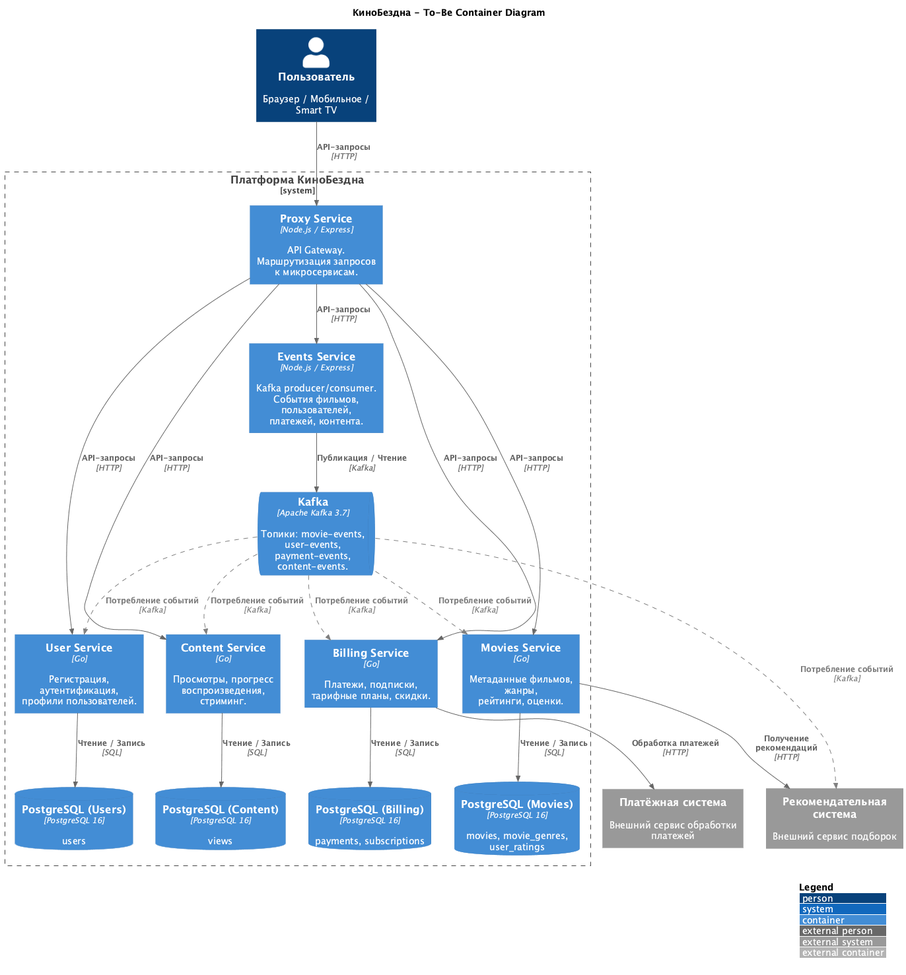
SiritosKon/architecture-cinemaabyss keeps this PlantUML diagram as docs/c4-container-diagram.png. Above is the earlier version.
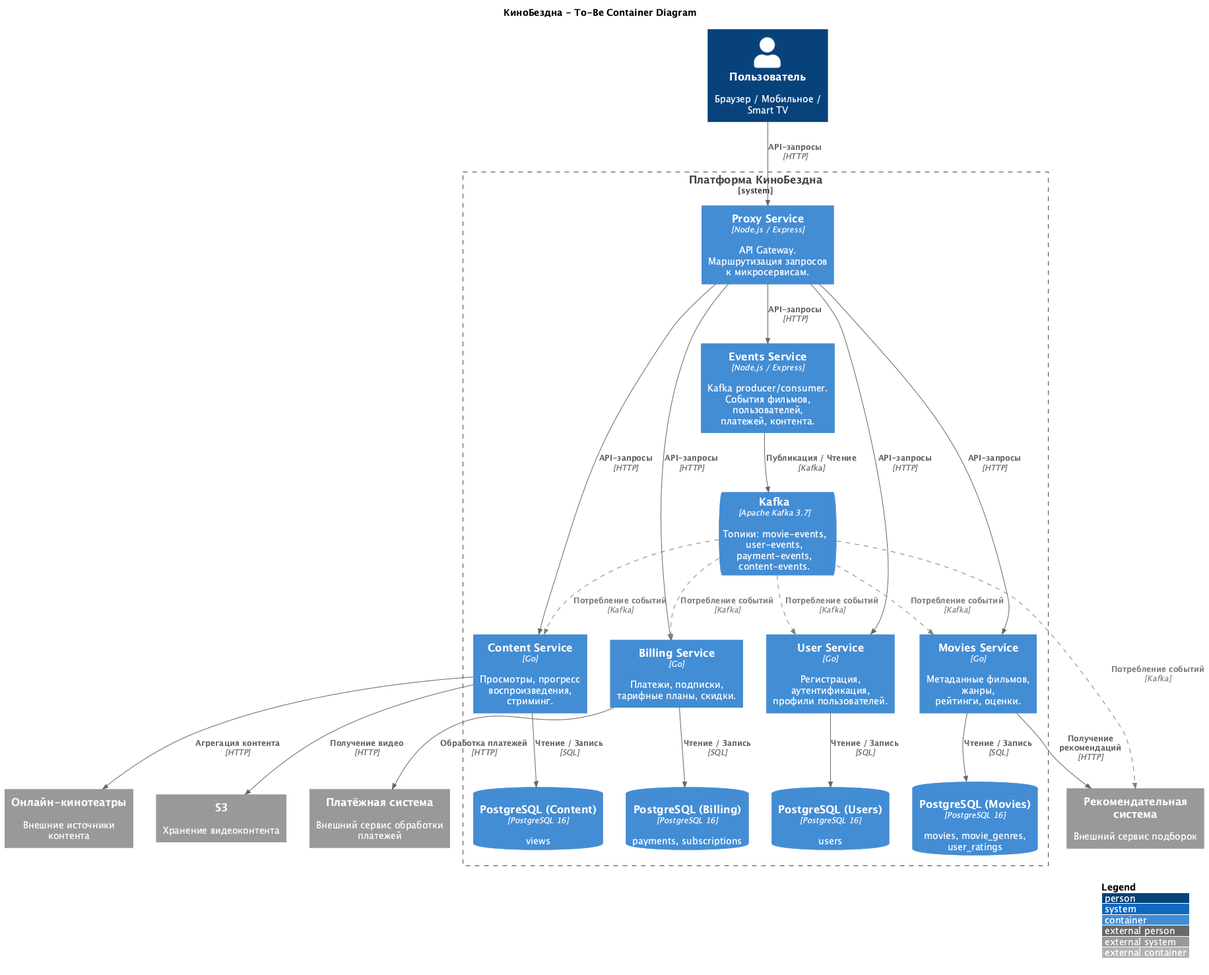
Above is the later version.

Commit message:
fix: restore S3 and online cinemas on diagram

Change to the diagram source:
```diff
@@ -12,6 +12,8 @@
 
 System_Ext(payment, "Платёжная система", "Внешний сервис обработки платежей")
 System_Ext(recsys, "Рекомендательная система", "Внешний сервис подборок")
+System_Ext(cinemas, "Онлайн-кинотеатры", "Внешние источники контента")
+System_Ext(s3, "S3", "Хранение видеоконтента")
 
 System_Boundary(platform, "Платформа КиноБездна") {
 
@@ -48,6 +50,8 @@
 
 Rel(billing, payment, "Обработка платежей", "HTTP")
 Rel(movies, recsys, "Получение рекомендаций", "HTTP")
+Rel(content, s3, "Получение видео", "HTTP")
+Rel(content, cinemas, "Агрегация контента", "HTTP")
 
 Rel(kafka, users_svc, "Потребление событий", "Kafka", $tags="future")
 Rel(kafka, billing, "Потребление событий", "Kafka", $tags="future")
```
